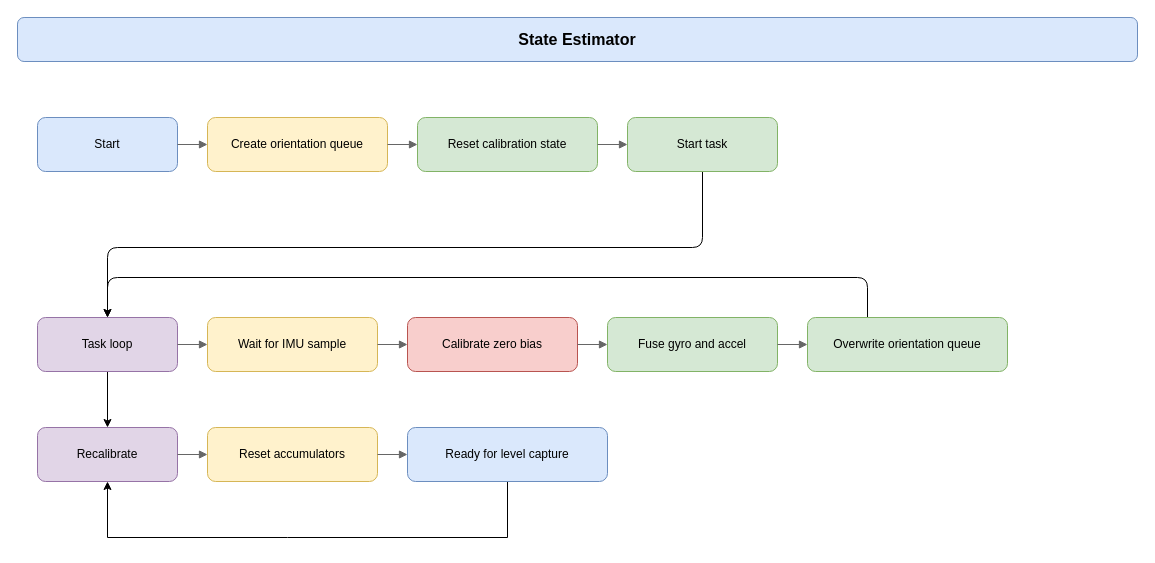
Voidfaller/DCBS keeps this draw.io diagram as 04_Ontwerpen/Software/component flowcharts/state_estimator/state_estimator.drawio. Above is the earlier version. Source tidied: cells renumbered, new cells numbered last; positions are measured from the earlier drawing's top-left corner, leaving out a move shared by most shapes. Both pictures are drawn from the tidied source at 100%, with x=0, y=0 at pixel (17, 17).
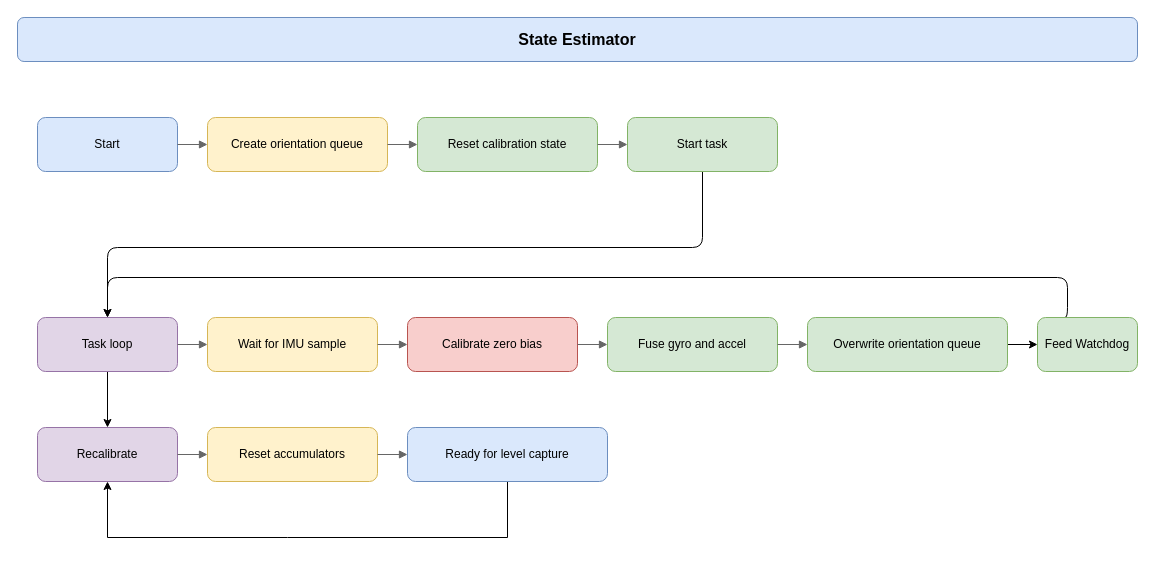
The same page after the edit.

Commit message (it also covers changes not shown here):
feat: Add "Feed Watchdog" component to flowcharts for display driver, PID control, and state estimator

The change refers to these unchanged cells:
```xml
<mxCell id="9" value="Task loop" style="rounded=1;whiteSpace=wrap;html=1;fillColor=#e1d5e7;strokeColor=#9673a6;" parent="1" vertex="1">
  <mxGeometry x="20" y="300" width="140" height="54" as="geometry" />
</mxCell>
<mxCell id="14" value="Overwrite orientation queue" style="rounded=1;whiteSpace=wrap;html=1;fillColor=#d5e8d4;strokeColor=#82b366;" parent="1" vertex="1">
  <mxGeometry x="790" y="300" width="200" height="54" as="geometry" />
</mxCell>
```

Change to the diagram source:
```diff
@@
-    <mxCell id="12" style="edgeStyle=orthogonalEdgeStyle;html=1;" parent="1" edge="1" source="14" target="9">
+    <mxCell id="12" style="edgeStyle=orthogonalEdgeStyle;html=1;exitX=0.25;exitY=0;exitDx=0;exitDy=0;" parent="1" edge="1" source="29" target="9">
       <mxGeometry relative="1" as="geometry">
         <Array as="points">
-          <mxPoint x="850" y="260" />
+          <mxPoint x="1050" y="300" />
+          <mxPoint x="1050" y="260" />
           <mxPoint x="90" y="260" />
         </Array>
       </mxGeometry>
     </mxCell>
@@
+    <mxCell id="28" style="edgeStyle=none;html=1;" parent="1" edge="1" source="14" target="29">
+      <mxGeometry relative="1" as="geometry" />
+    </mxCell>
@@
+    <mxCell id="29" value="Feed Watchdog" style="rounded=1;whiteSpace=wrap;html=1;fillColor=#d5e8d4;strokeColor=#82b366;" parent="1" vertex="1">
+      <mxGeometry x="1020" y="300" width="100" height="54" as="geometry" />
+    </mxCell>
```
